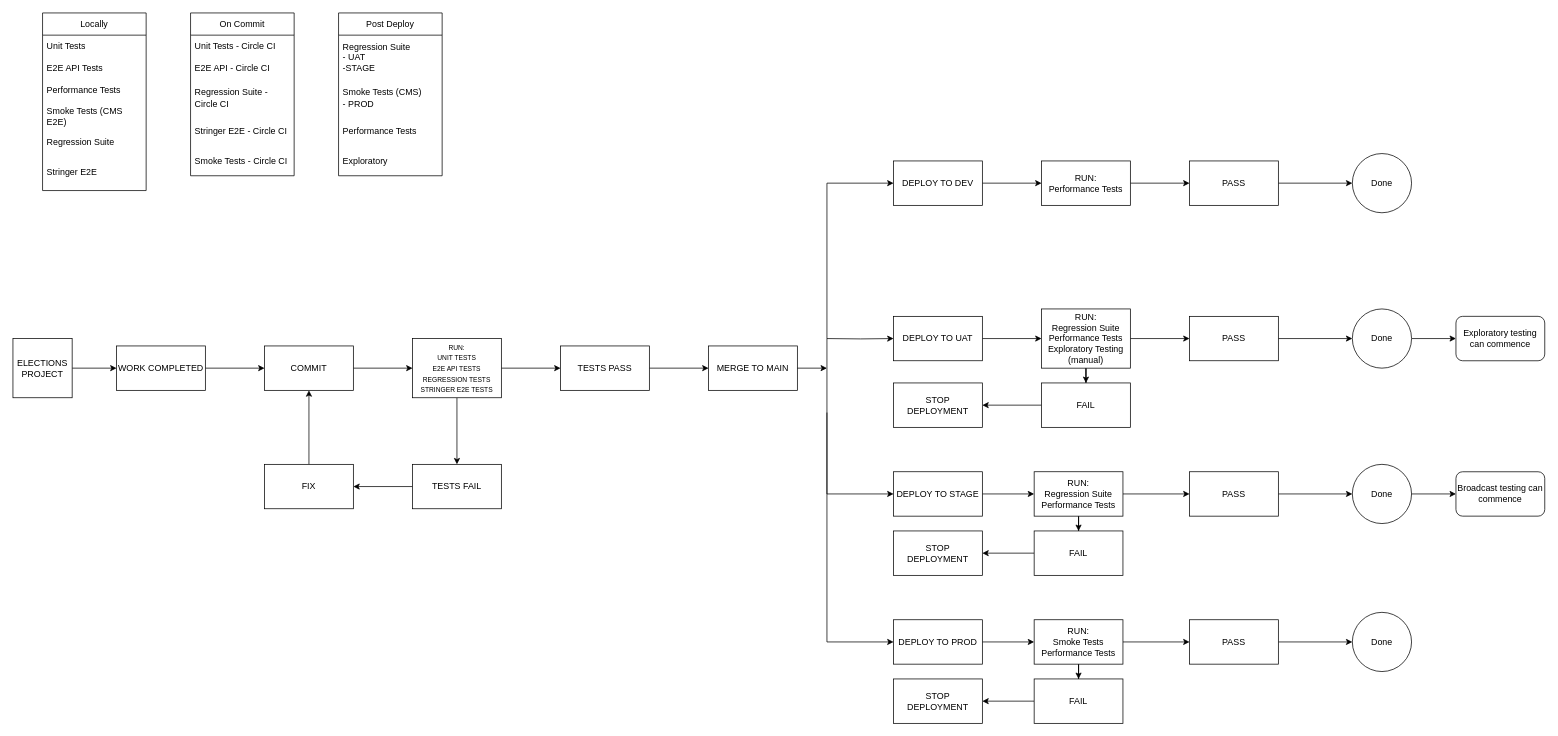
Above: When do the tests run.drawio in EmmaHawkins/test_flows (draw.io), before the change. Source tidied: cells renumbered, new cells numbered last; positions are measured from the earlier drawing's top-left corner, leaving out a move shared by most shapes. Both pictures are drawn from the tidied source at 74%, with x=0, y=0 at pixel (13, 13).
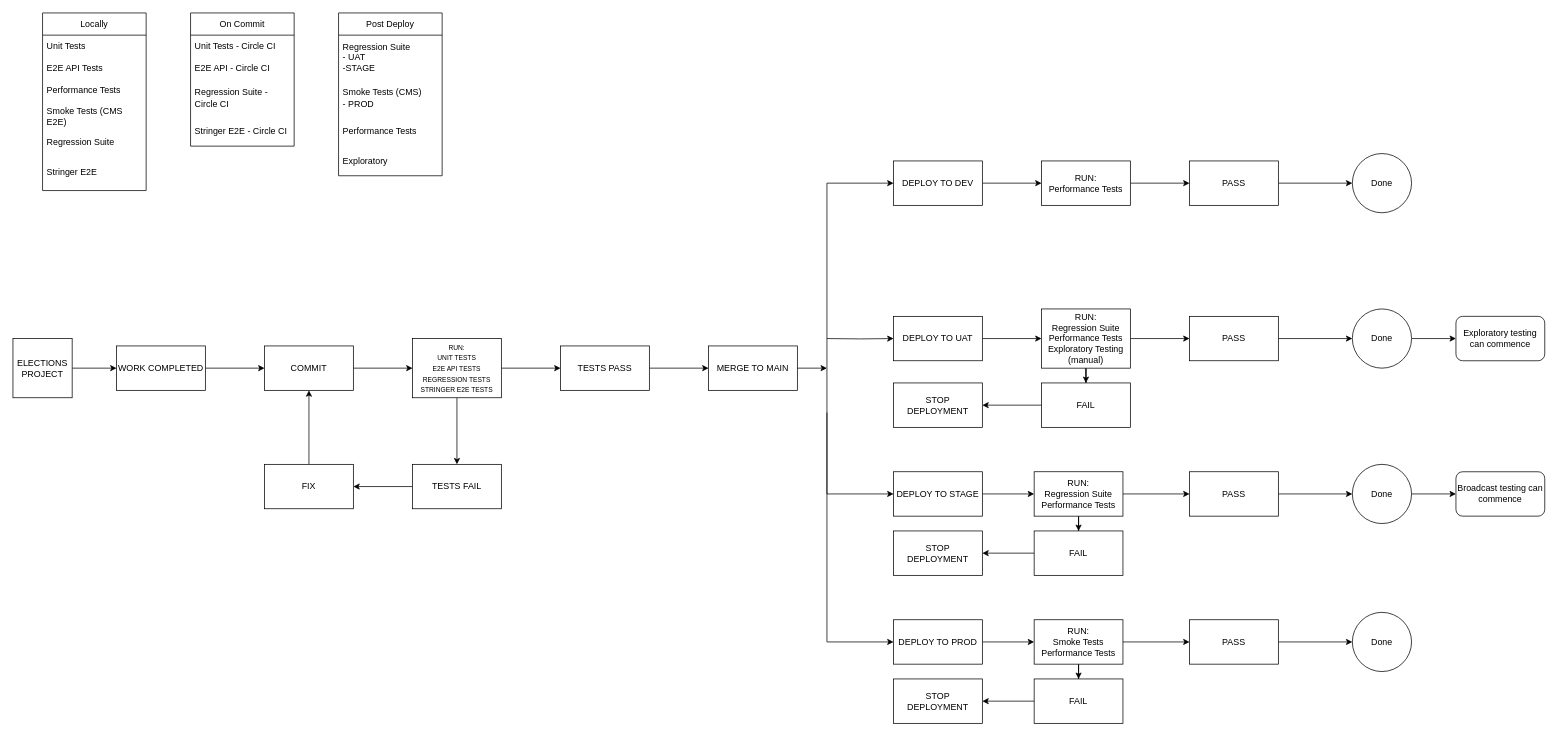
Above is the later version.

The edit, as a diff of the source:
```diff
@@
     <mxCell id="9" value="On Commit" style="swimlane;fontStyle=0;horizontal=1;startSize=30;whiteSpace=wrap;html=1;" parent="1" vertex="1">
-      <mxGeometry x="240" width="140" height="220" as="geometry" />
+      <mxGeometry x="240" width="140" height="180" as="geometry" />
     </mxCell>
@@
-    <mxCell id="14" value="Smoke Tests - Circle CI" style="text;strokeColor=none;fillColor=none;align=left;verticalAlign=middle;spacingLeft=4;spacingRight=4;overflow=hidden;whiteSpace=wrap;html=1;" parent="9" vertex="1">
-      <mxGeometry y="180" width="140" height="40" as="geometry" />
-    </mxCell>
```
